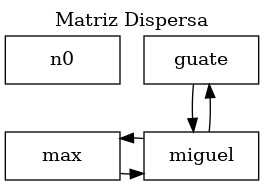
The Graphviz diagram src/Reportes/matriz.png in miguel-tubac/-EDD-Proyecto1_202101927, before a commit. Its source is kept beside it as src/Reportes/matriz.dot.
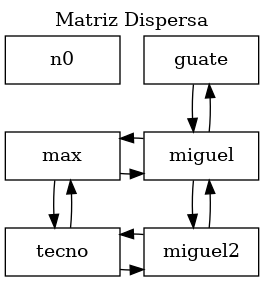
Later version of the same file.

Diff of the diagram source:
```diff
@@ -6,11 +6,18 @@
 	n2 [label="guate" group=0];
 	n2 -> n1 -> n2;
 	n1 [label = "miguel" group=0];
+	n1 -> n4 -> n1;
+	n4 [label = "miguel2" group=1];
 	n0 -> n3 -> n0 [color=transparent];
 	n3 [label="max" group=0];
 	n3 -> n1 -> n3;
 	n1 [label="miguel" group=0];
+	n3 -> n5 -> n3;
+	n5 [label="tecno" group=0];
+	n5 -> n4 -> n5;
+	n4 [label="miguel2" group=1];
 	{ rank=same; n0; n2; }
 	{ rank=same; n3; n1; }
+	{ rank=same; n5; n4; }
 
 }
```
